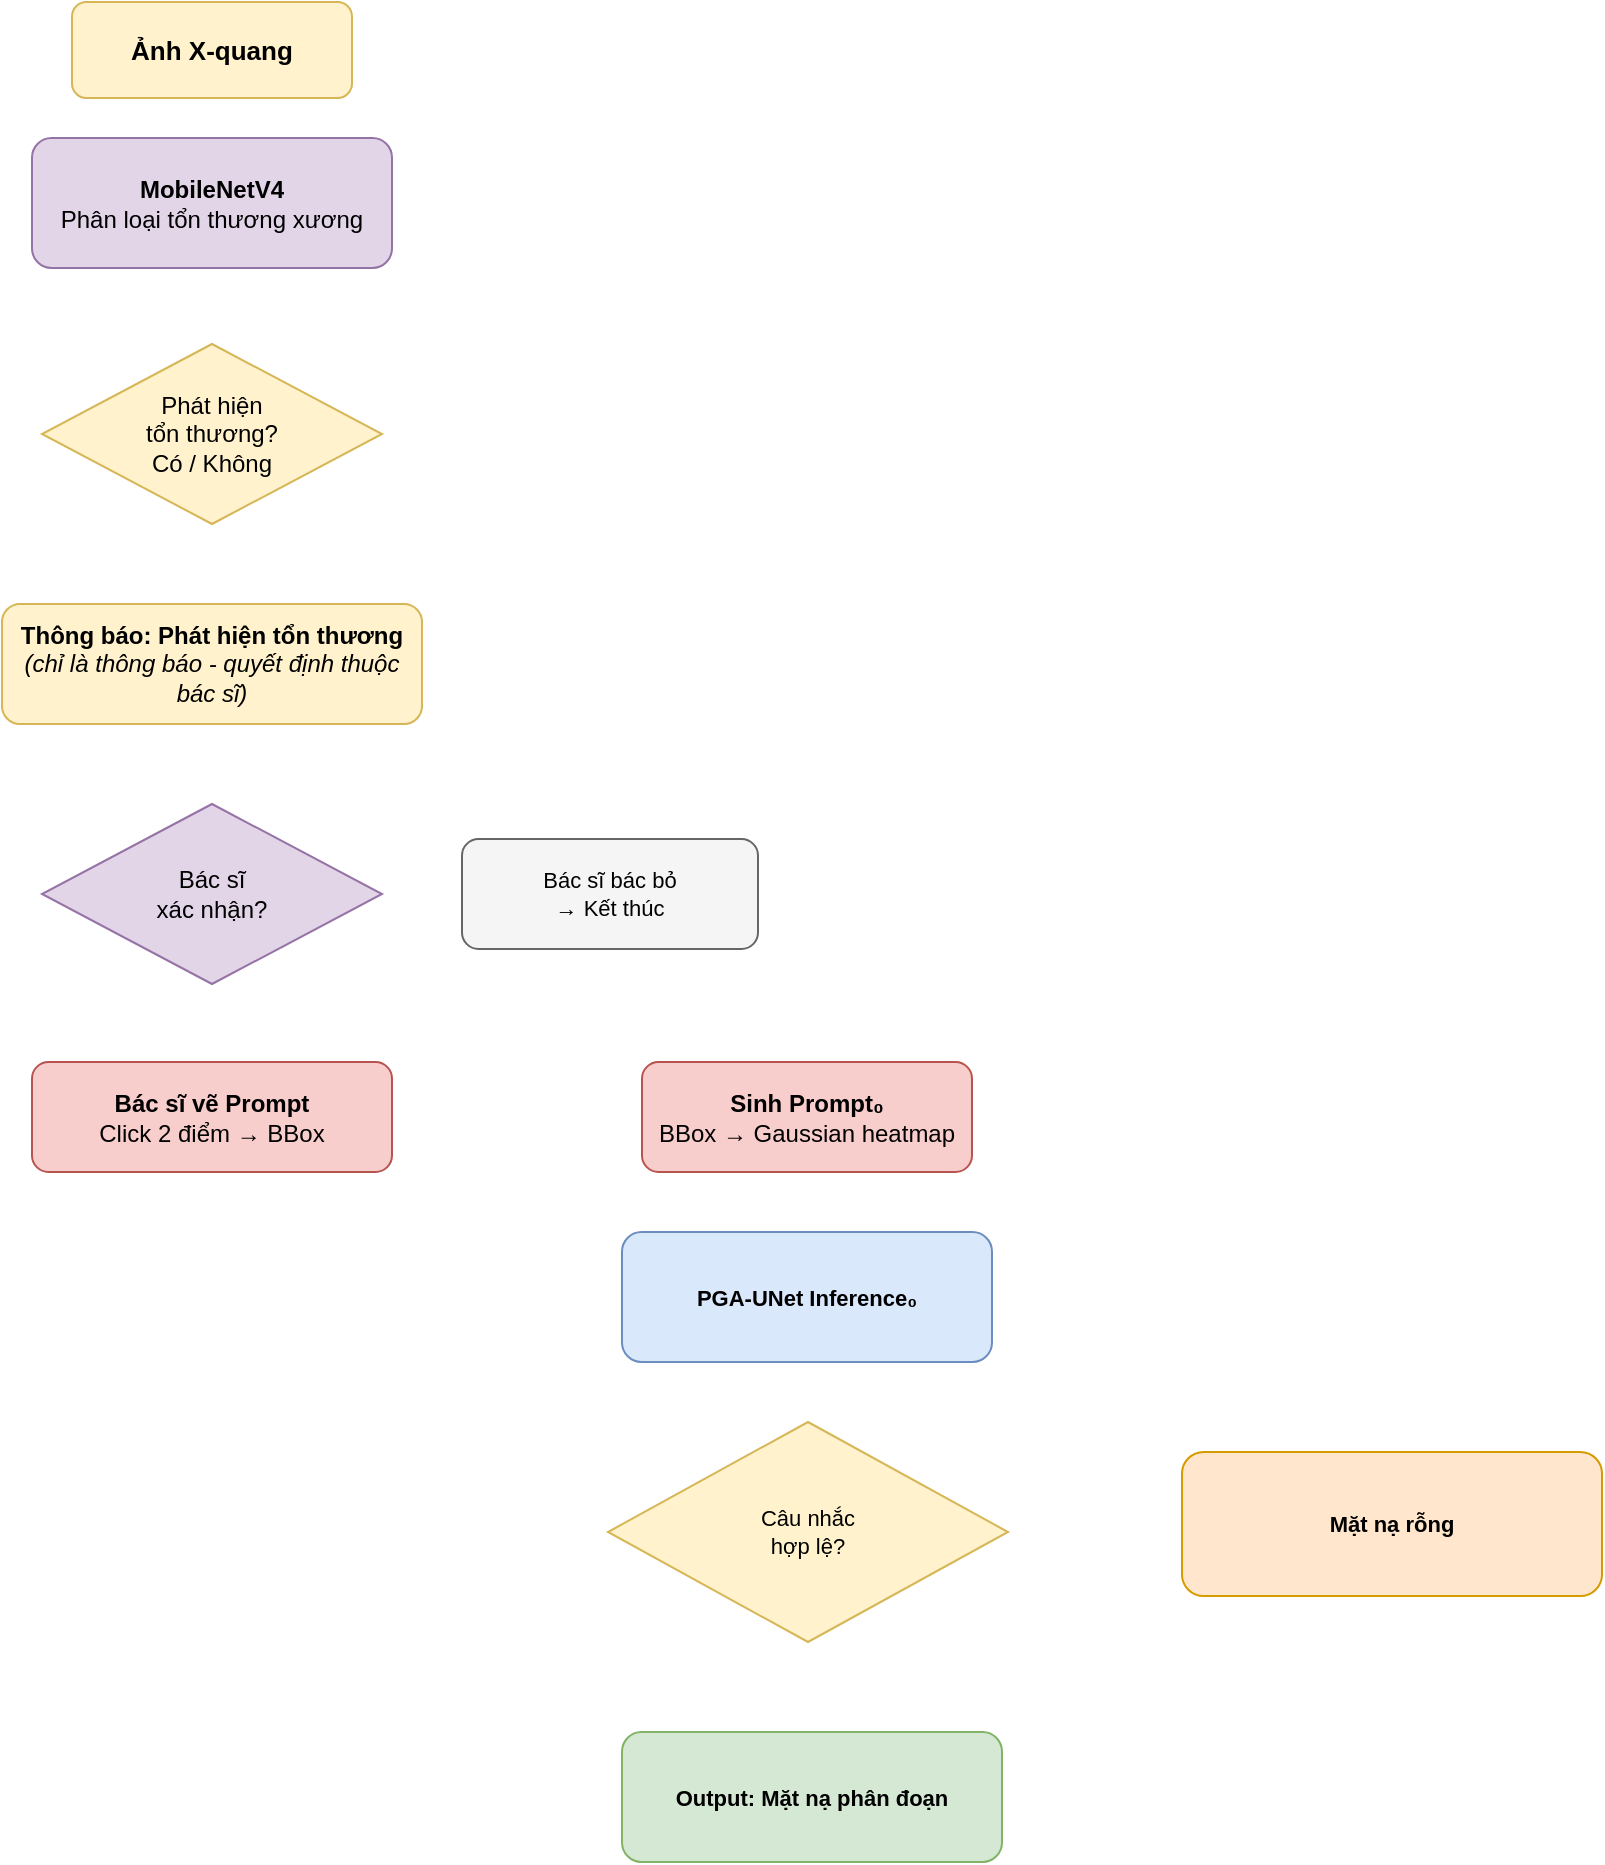
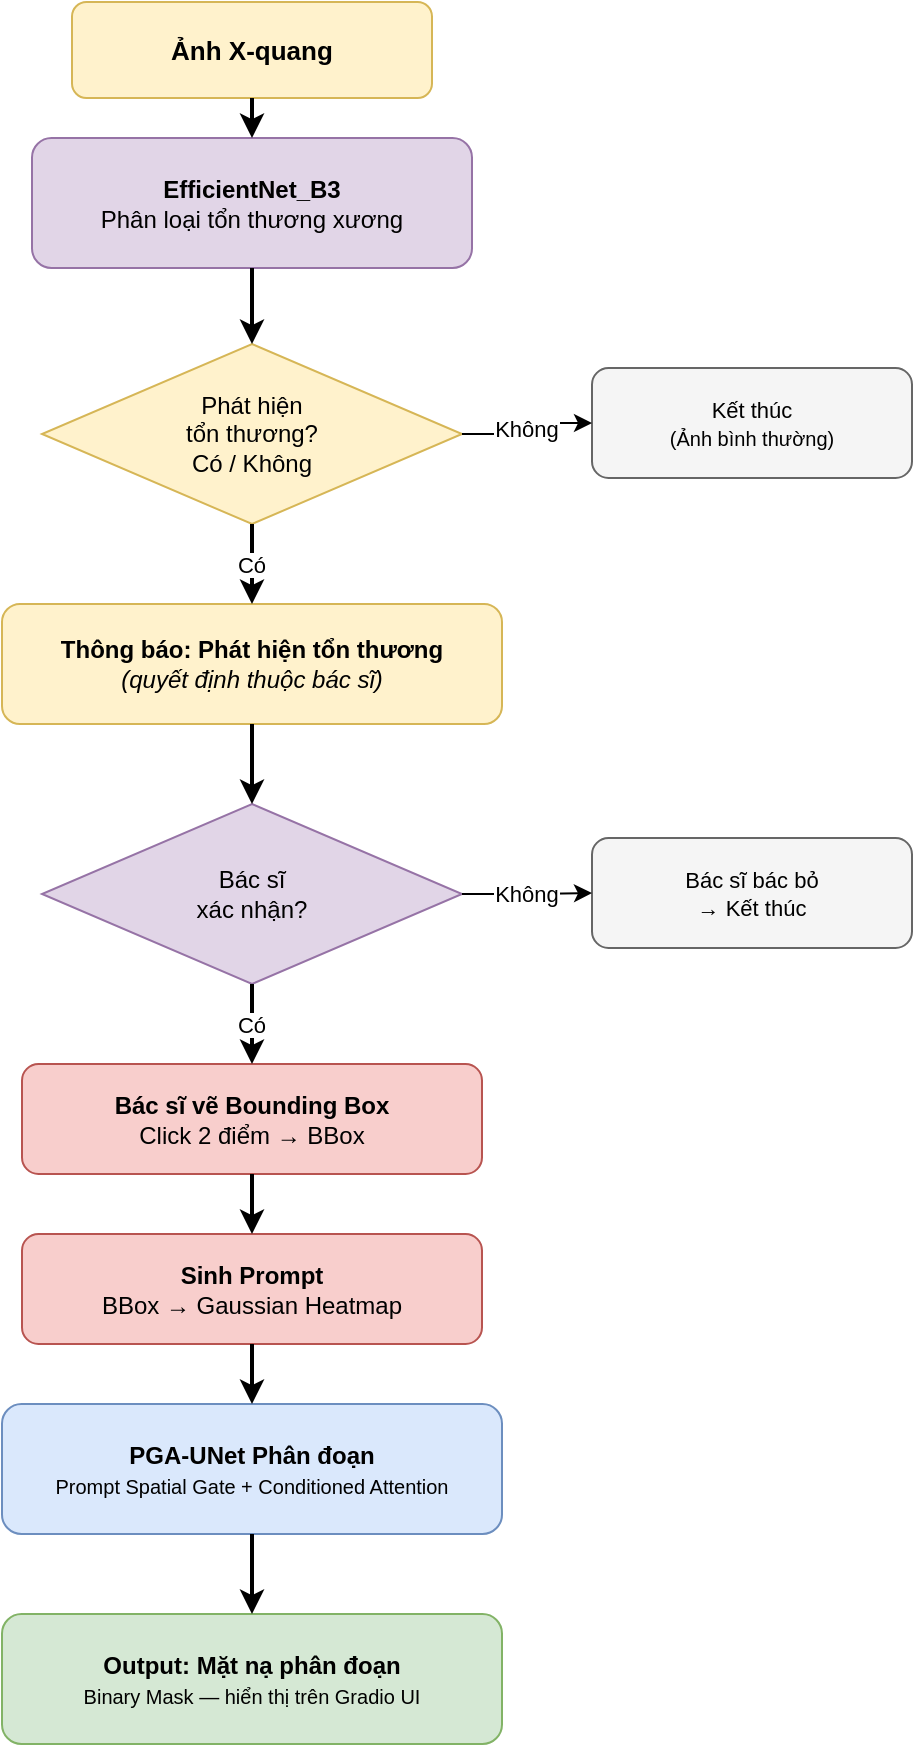
<mxfile host="65bd71144e">
    <diagram name="4. Inference Pipeline" id="inferencepipeline">
-         <mxGraphModel dx="1042" dy="124" grid="1" gridSize="10" guides="1" tooltips="1" connect="1" arrows="1" fold="1" page="1" pageScale="1" pageWidth="900" pageHeight="1350" math="0" shadow="0">
+         <mxGraphModel dx="1042" dy="124" grid="1" gridSize="10" guides="1" tooltips="1" connect="1" arrows="1" fold="1" page="1" pageScale="1" pageWidth="900" pageHeight="900" math="0" shadow="0">
            <root>
                <mxCell id="0"/>
                <mxCell id="1" parent="0"/>
                <mxCell id="xray" value="&lt;b&gt;Ảnh X-quang&lt;/b&gt;" style="rounded=1;whiteSpace=wrap;html=1;fillColor=#fff2cc;strokeColor=#d6b656;fontSize=13;" parent="1" vertex="1">
-                     <mxGeometry x="100" y="15" width="140" height="48" as="geometry"/>
+                     <mxGeometry x="330" y="15" width="180" height="48" as="geometry"/>
                </mxCell>
-                 <mxCell id="gate" value="&lt;b&gt;MobileNetV4&lt;/b&gt;&lt;br&gt;Phân loại tổn thương xương" style="rounded=1;whiteSpace=wrap;html=1;fillColor=#e1d5e7;strokeColor=#9673a6;fontSize=12;" parent="1" vertex="1">
-                     <mxGeometry x="80" y="83" width="180" height="65" as="geometry"/>
+                 <mxCell id="gate" value="&lt;b&gt;EfficientNet_B3&lt;/b&gt;&lt;br&gt;Phân loại tổn thương xương" style="rounded=1;whiteSpace=wrap;html=1;fillColor=#e1d5e7;strokeColor=#9673a6;fontSize=12;" parent="1" vertex="1">
+                     <mxGeometry x="310" y="83" width="220" height="65" as="geometry"/>
                </mxCell>
                <mxCell id="dec1" value="Phát hiện&lt;br&gt;tổn thương?&lt;div&gt;Có / Không&lt;/div&gt;" style="rhombus;whiteSpace=wrap;html=1;fillColor=#fff2cc;strokeColor=#d6b656;fontSize=12;" parent="1" vertex="1">
-                     <mxGeometry x="85" y="186" width="170" height="90" as="geometry"/>
+                     <mxGeometry x="315" y="186" width="210" height="90" as="geometry"/>
                </mxCell>
-                 <mxCell id="notif" value="&lt;b&gt;Thông báo: Phát hiện tổn thương&lt;/b&gt;&lt;br&gt;&lt;i&gt;(chỉ là thông báo - quyết định thuộc bác sĩ)&lt;/i&gt;" style="rounded=1;whiteSpace=wrap;html=1;fillColor=#fff2cc;strokeColor=#d6b656;fontSize=12;" parent="1" vertex="1">
-                     <mxGeometry x="65" y="316" width="210" height="60" as="geometry"/>
+                 <mxCell id="no1" value="Kết thúc&lt;br&gt;&lt;font style=&quot;font-size:10px;&quot;&gt;(Ảnh bình thường)&lt;/font&gt;" style="rounded=1;whiteSpace=wrap;html=1;fillColor=#f5f5f5;strokeColor=#666666;fontSize=11;" parent="1" vertex="1">
+                     <mxGeometry x="590" y="198" width="160" height="55" as="geometry"/>
+                 </mxCell>
+                 <mxCell id="notif" value="&lt;b&gt;Thông báo: Phát hiện tổn thương&lt;/b&gt;&lt;br&gt;&lt;i&gt;(quyết định thuộc bác sĩ)&lt;/i&gt;" style="rounded=1;whiteSpace=wrap;html=1;fillColor=#fff2cc;strokeColor=#d6b656;fontSize=12;" parent="1" vertex="1">
+                     <mxGeometry x="295" y="316" width="250" height="60" as="geometry"/>
                </mxCell>
                <mxCell id="dec2" value="Bác sĩ&lt;br&gt;xác nhận?" style="rhombus;whiteSpace=wrap;html=1;fillColor=#e1d5e7;strokeColor=#9673a6;fontSize=12;" parent="1" vertex="1">
-                     <mxGeometry x="85" y="416" width="170" height="90" as="geometry"/>
+                     <mxGeometry x="315" y="416" width="210" height="90" as="geometry"/>
                </mxCell>
                <mxCell id="no2" value="Bác sĩ bác bỏ&lt;br&gt;→ Kết thúc" style="rounded=1;whiteSpace=wrap;html=1;fillColor=#f5f5f5;strokeColor=#666666;fontSize=11;" parent="1" vertex="1">
-                     <mxGeometry x="295" y="433.5" width="148" height="55" as="geometry"/>
+                     <mxGeometry x="590" y="433" width="160" height="55" as="geometry"/>
                </mxCell>
-                 <mxCell id="vetprompt2" value="&lt;b&gt;Bác sĩ vẽ Prompt&lt;/b&gt;&lt;br&gt;Click 2 điểm → BBox" style="rounded=1;whiteSpace=wrap;html=1;fillColor=#f8cecc;strokeColor=#b85450;fontSize=12;" parent="1" vertex="1">
-                     <mxGeometry x="80" y="545" width="180" height="55" as="geometry"/>
+                 <mxCell id="vetprompt" value="&lt;b&gt;Bác sĩ vẽ Bounding Box&lt;/b&gt;&lt;br&gt;Click 2 điểm → BBox" style="rounded=1;whiteSpace=wrap;html=1;fillColor=#f8cecc;strokeColor=#b85450;fontSize=12;" parent="1" vertex="1">
+                     <mxGeometry x="305" y="546" width="230" height="55" as="geometry"/>
                </mxCell>
-                 <mxCell id="prompt0" value="&lt;b&gt;Sinh Prompt₀&lt;/b&gt;&lt;br&gt;BBox → Gaussian heatmap" style="rounded=1;whiteSpace=wrap;html=1;fillColor=#f8cecc;strokeColor=#b85450;fontSize=12;" parent="1" vertex="1">
-                     <mxGeometry x="385" y="545" width="165" height="55" as="geometry"/>
+                 <mxCell id="prompt0" value="&lt;b&gt;Sinh Prompt&lt;/b&gt;&lt;br&gt;BBox → Gaussian Heatmap" style="rounded=1;whiteSpace=wrap;html=1;fillColor=#f8cecc;strokeColor=#b85450;fontSize=12;" parent="1" vertex="1">
+                     <mxGeometry x="305" y="631" width="230" height="55" as="geometry"/>
                </mxCell>
-                 <mxCell id="pga_init" value="&lt;b&gt;PGA-UNet Inference₀&lt;/b&gt;" style="rounded=1;whiteSpace=wrap;html=1;fillColor=#dae8fc;strokeColor=#6c8ebf;fontSize=11;" parent="1" vertex="1">
-                     <mxGeometry x="375" y="630" width="185" height="65" as="geometry"/>
+                 <mxCell id="pga" value="&lt;b&gt;PGA-UNet Phân đoạn&lt;/b&gt;&lt;br&gt;&lt;font style=&quot;font-size:10px;&quot;&gt;Prompt Spatial Gate + Conditioned Attention&lt;/font&gt;" style="rounded=1;whiteSpace=wrap;html=1;fillColor=#dae8fc;strokeColor=#6c8ebf;fontSize=12;" parent="1" vertex="1">
+                     <mxGeometry x="295" y="716" width="250" height="65" as="geometry"/>
                </mxCell>
-                 <mxCell id="dec_rescue" value="Câu nhắc&lt;br&gt;hợp lệ?" style="rhombus;whiteSpace=wrap;html=1;fillColor=#fff2cc;strokeColor=#d6b656;fontSize=11;" parent="1" vertex="1">
-                     <mxGeometry x="368" y="725" width="200" height="110" as="geometry"/>
+                 <mxCell id="out" value="&lt;b&gt;Output: Mặt nạ phân đoạn&lt;/b&gt;&lt;br&gt;&lt;font style=&quot;font-size:10px;&quot;&gt;Binary Mask — hiển thị trên Gradio UI&lt;/font&gt;" style="rounded=1;whiteSpace=wrap;html=1;fillColor=#d5e8d4;strokeColor=#82b366;fontSize=12;" parent="1" vertex="1">
+                     <mxGeometry x="295" y="821" width="250" height="65" as="geometry"/>
                </mxCell>
-                 <mxCell id="fout_normal" value="&lt;b&gt;Output: Mặt nạ phân đoạn&lt;/b&gt;" style="rounded=1;whiteSpace=wrap;html=1;fillColor=#d5e8d4;strokeColor=#82b366;fontSize=11;" parent="1" vertex="1">
-                     <mxGeometry x="375" y="880" width="190" height="65" as="geometry"/>
-                 </mxCell>
-                 <mxCell id="pred_empty" value="&lt;b&gt;Mặt nạ rỗng&lt;/b&gt;" style="rounded=1;whiteSpace=wrap;html=1;fillColor=#ffe6cc;strokeColor=#d79b00;fontStyle=0;fontSize=11;" parent="1" vertex="1">
-                     <mxGeometry x="655" y="740" width="210" height="72" as="geometry"/>
-                 </mxCell>
- 
-                 </mxCell>
-                 <mxCell id="ipr_gcam" value="&lt;b&gt;IPR (k=1…5)&lt;/b&gt;&lt;br&gt;Iterative Prompt Refinement" style="rounded=1;whiteSpace=wrap;html=1;fillColor=#dae8fc;strokeColor=#6c8ebf;fontSize=11;" parent="1" vertex="1">
-                     <mxGeometry x="655" y="950" width="210" height="72" as="geometry"/>
-                 </mxCell>
-                 <mxCell id="lcc" value="&lt;b&gt;LCC Extraction&lt;/b&gt;&lt;br&gt;Lấy vùng liên thông lớn nhất, loại noise" style="rounded=1;whiteSpace=wrap;html=1;fillColor=#d5e8d4;strokeColor=#82b366;fontSize=12;" parent="1" vertex="1">
-                     <mxGeometry x="655" y="1065" width="210" height="55" as="geometry"/>
-                 </mxCell>
-                 <mxCell id="fout_rescue" value="&lt;b&gt;Output: Mặt nạ IPR&lt;/b&gt;" style="rounded=1;whiteSpace=wrap;html=1;fillColor=#d5e8d4;strokeColor=#82b366;fontSize=11;" parent="1" vertex="1">
-                     <mxGeometry x="650" y="1170" width="220" height="65" as="geometry"/>
-                 </mxCell>
-                 <mxCell id="a_xg" value="" style="edgeStyle=orthogonalEdgeStyle;" parent="1" source="xray" target="gate" edge="1">
-                     <mxGeometry relative="1" as="geometry"/>
-                 </mxCell>
-                 <mxCell id="a_gd1" value="" style="edgeStyle=orthogonalEdgeStyle;" parent="1" source="gate" target="dec1" edge="1">
-                     <mxGeometry relative="1" as="geometry"/>
-                 </mxCell>
-                 <mxCell id="a_d1y" value="" style="edgeStyle=orthogonalEdgeStyle;strokeWidth=2;" parent="1" source="dec1" target="notif" edge="1">
-                     <mxGeometry relative="1" as="geometry"/>
-                 </mxCell>
-                 <mxCell id="a_nd2" value="" style="edgeStyle=orthogonalEdgeStyle;" parent="1" source="notif" target="dec2" edge="1">
-                     <mxGeometry relative="1" as="geometry"/>
-                 </mxCell>
-                 <mxCell id="a_d2y" value="Có" style="edgeStyle=orthogonalEdgeStyle;strokeWidth=2;fontSize=11;" parent="1" source="dec2" target="vetprompt2" edge="1">
-                     <mxGeometry relative="1" as="geometry"/>
-                 </mxCell>
-                 <mxCell id="a_d2n" value="Không" style="edgeStyle=orthogonalEdgeStyle;fontSize=11;" parent="1" source="dec2" target="no2" edge="1">
-                     <mxGeometry relative="1" as="geometry"/>
-                 </mxCell>
-                 <mxCell id="a_bridge" value="" style="edgeStyle=orthogonalEdgeStyle;strokeWidth=2;" parent="1" source="vetprompt2" target="prompt0" edge="1">
-                     <mxGeometry relative="1" as="geometry"/>
-                 </mxCell>
-                 <mxCell id="a_p0_init" value="" style="edgeStyle=orthogonalEdgeStyle;strokeWidth=2;" parent="1" source="prompt0" target="pga_init" edge="1">
-                     <mxGeometry relative="1" as="geometry"/>
-                 </mxCell>
-                 <mxCell id="a_init_dec" value="" style="edgeStyle=orthogonalEdgeStyle;strokeWidth=2;" parent="1" source="pga_init" target="dec_rescue" edge="1">
-                     <mxGeometry relative="1" as="geometry"/>
-                 </mxCell>
-                 <mxCell id="a_dec_no" value="Không" style="edgeStyle=orthogonalEdgeStyle;strokeWidth=2;fontSize=11;" parent="1" source="dec_rescue" target="fout_normal" edge="1">
-                     <mxGeometry relative="1" as="geometry"/>
-                 </mxCell>
-                 <mxCell id="a_dec_yes" value="Có" style="edgeStyle=orthogonalEdgeStyle;fontSize=11;strokeWidth=2;" parent="1" source="dec_rescue" target="pred_empty" edge="1">
-                     <mxGeometry relative="1" as="geometry"/>
-                 </mxCell>
-                 <mxCell id="a_empty_gcam" value="" style="edgeStyle=orthogonalEdgeStyle;strokeWidth=2;" parent="1" source="pred_empty" target="gcam_mode" edge="1">
-                     <mxGeometry relative="1" as="geometry"/>
-                 </mxCell>
-                 <mxCell id="a_gc_ipr" value="" style="edgeStyle=orthogonalEdgeStyle;" parent="1" source="gcam_mode" target="ipr_gcam" edge="1">
-                     <mxGeometry relative="1" as="geometry"/>
-                 </mxCell>
-                 <mxCell id="a_ipr_lcc" value="" style="edgeStyle=orthogonalEdgeStyle;strokeWidth=2;" parent="1" source="ipr_gcam" target="lcc" edge="1">
-                     <mxGeometry relative="1" as="geometry"/>
-                 </mxCell>
-                 <mxCell id="a_lcc_out" value="" style="edgeStyle=orthogonalEdgeStyle;strokeWidth=2;" parent="1" source="lcc" target="fout_rescue" edge="1">
-                     <mxGeometry relative="1" as="geometry"/>
-                 </mxCell>
+                 <!-- ARROWS -->
+                 <mxCell id="a1" value="" style="edgeStyle=orthogonalEdgeStyle;strokeWidth=2;" parent="1" source="xray"    target="gate"     edge="1"><mxGeometry relative="1" as="geometry"/></mxCell>
+                 <mxCell id="a2" value="" style="edgeStyle=orthogonalEdgeStyle;strokeWidth=2;" parent="1" source="gate"    target="dec1"     edge="1"><mxGeometry relative="1" as="geometry"/></mxCell>
+                 <mxCell id="a3" value="Không" style="edgeStyle=orthogonalEdgeStyle;fontSize=11;" parent="1" source="dec1" target="no1"  edge="1"><mxGeometry relative="1" as="geometry"/></mxCell>
+                 <mxCell id="a4" value="Có" style="edgeStyle=orthogonalEdgeStyle;strokeWidth=2;fontSize=11;" parent="1" source="dec1" target="notif"  edge="1"><mxGeometry relative="1" as="geometry"/></mxCell>
+                 <mxCell id="a5" value="" style="edgeStyle=orthogonalEdgeStyle;strokeWidth=2;" parent="1" source="notif"   target="dec2"     edge="1"><mxGeometry relative="1" as="geometry"/></mxCell>
+                 <mxCell id="a6" value="Không" style="edgeStyle=orthogonalEdgeStyle;fontSize=11;" parent="1" source="dec2" target="no2"  edge="1"><mxGeometry relative="1" as="geometry"/></mxCell>
+                 <mxCell id="a7" value="Có" style="edgeStyle=orthogonalEdgeStyle;strokeWidth=2;fontSize=11;" parent="1" source="dec2" target="vetprompt" edge="1"><mxGeometry relative="1" as="geometry"/></mxCell>
+                 <mxCell id="a8" value="" style="edgeStyle=orthogonalEdgeStyle;strokeWidth=2;" parent="1" source="vetprompt" target="prompt0" edge="1"><mxGeometry relative="1" as="geometry"/></mxCell>
+                 <mxCell id="a9" value="" style="edgeStyle=orthogonalEdgeStyle;strokeWidth=2;" parent="1" source="prompt0"  target="pga"      edge="1"><mxGeometry relative="1" as="geometry"/></mxCell>
+                 <mxCell id="a10" value="" style="edgeStyle=orthogonalEdgeStyle;strokeWidth=2;" parent="1" source="pga"     target="out"      edge="1"><mxGeometry relative="1" as="geometry"/></mxCell>
            </root>
        </mxGraphModel>
    </diagram>
- </mxfile>+ </mxfile>
